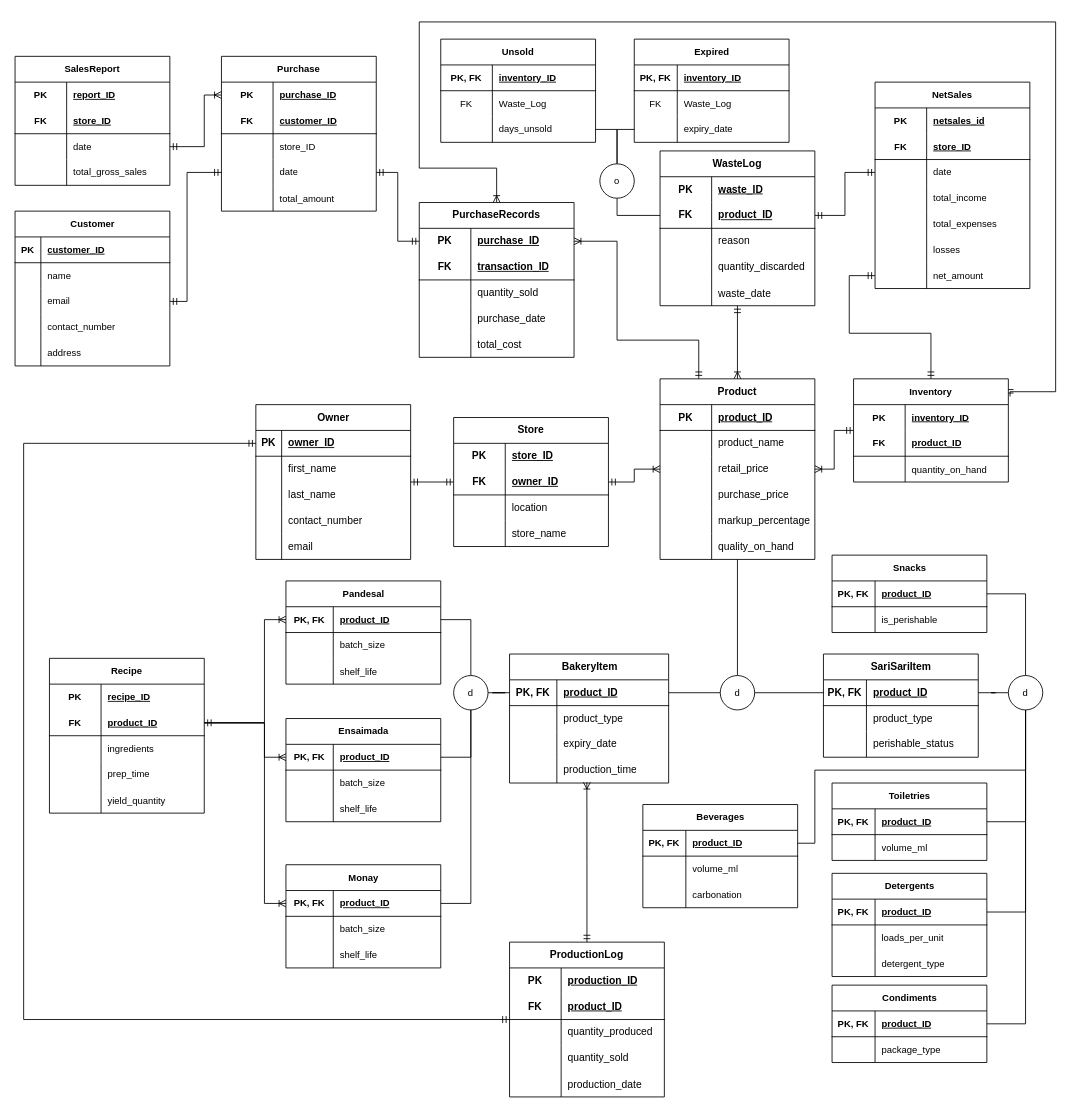
The draw.io diagram Reworked ERD.drawio in ConnedMaster/ITS131P, before the edit. Source tidied: cells renumbered, new cells numbered last; positions are measured from the earlier drawing's top-left corner, leaving out a move shared by most shapes. Both pictures are drawn from the tidied source at 86%, with x=0, y=0 at pixel (15, 22).
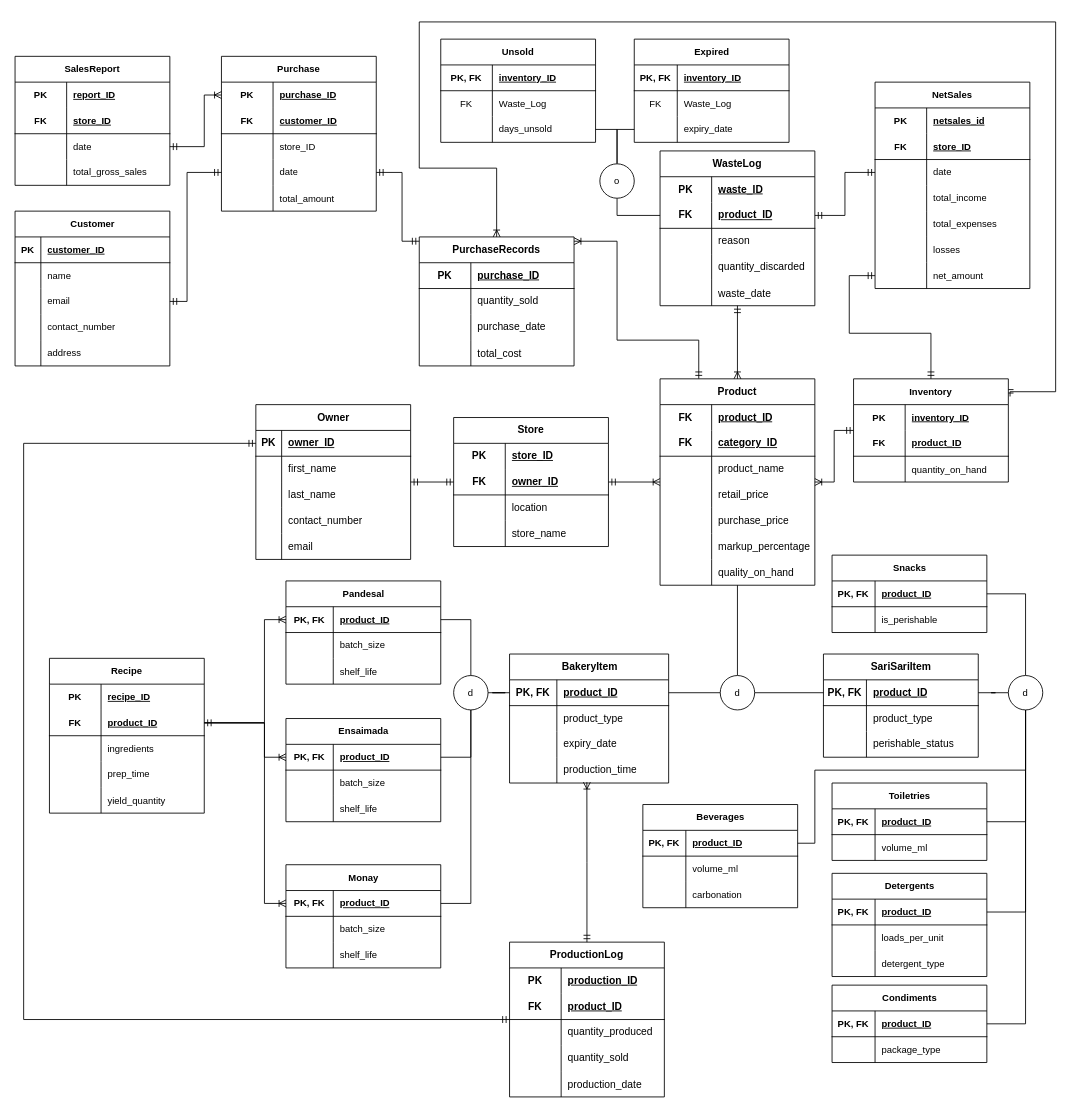
After the change.

The change refers to these unchanged cells:
```xml
<mxCell id="242" style="shape=tableRow;horizontal=0;startSize=0;swimlaneHead=0;swimlaneBody=0;fillColor=none;points=[[0,0.5],[1,0.5]];portConstraint=eastwest;top=0;left=0;right=0;bottom=0;html=1;fontFamily=Helvetica;fontSize=11;fontColor=default;labelBackgroundColor=default;" parent="232" vertex="1">
  <mxGeometry y="120" width="180" height="30" as="geometry" />
</mxCell>
```

What changed in the source:
```diff
@@
-    <mxCell id="24" style="edgeStyle=orthogonalEdgeStyle;shape=connector;rounded=0;jettySize=auto;html=1;entryX=0.25;entryY=0;entryDx=0;entryDy=0;strokeColor=default;align=center;verticalAlign=middle;fontFamily=Helvetica;fontSize=11;fontColor=default;labelBackgroundColor=default;startFill=0;endArrow=ERmandOne;startArrow=ERoneToMany;endFill=0;exitX=1;exitY=0.5;exitDx=0;exitDy=0;" parent="1" edge="1" source="100" target="35">
+    <mxCell id="24" style="edgeStyle=orthogonalEdgeStyle;shape=connector;rounded=0;jettySize=auto;html=1;entryX=0.25;entryY=0;entryDx=0;entryDy=0;strokeColor=default;align=center;verticalAlign=middle;fontFamily=Helvetica;fontSize=11;fontColor=default;labelBackgroundColor=default;startFill=0;endArrow=ERmandOne;startArrow=ERoneToMany;endFill=0;exitX=1;exitY=0.5;exitDx=0;exitDy=0;" parent="1" edge="1" target="35">
       <mxGeometry relative="1" as="geometry">
+        <mxPoint x="650" y="255" as="sourcePoint" />
         <Array as="points">
           <mxPoint x="700" y="255" />
           <mxPoint x="700" y="370" />
           <mxPoint x="795" y="370" />
         </Array>
       </mxGeometry>
     </mxCell>
@@
     <mxCell id="35" value="Product" style="shape=table;startSize=30;childLayout=tableLayout;rowLines=0;fontStyle=1;align=center;html=1;whiteSpace=wrap;" parent="1" vertex="1">
-      <mxGeometry x="750" y="415" width="180" height="210" as="geometry" />
+      <mxGeometry x="750" y="415" width="180" height="240" as="geometry" />
     </mxCell>
+    <mxCell id="341" style="shape=tableRow;horizontal=0;startSize=0;swimlaneHead=0;swimlaneBody=0;fillColor=none;top=0;left=0;right=0;bottom=0;" parent="35" vertex="1">
+      <mxGeometry y="30" width="180" height="30" as="geometry" />
+    </mxCell>
+    <mxCell id="342" value="&lt;b&gt;FK&lt;/b&gt;" style="shape=partialRectangle;fillColor=none;top=0;left=0;bottom=0;right=0;fontStyle=0;overflow=hidden;whiteSpace=wrap;html=1;" parent="341" vertex="1">
+      <mxGeometry width="60" height="30" as="geometry" />
+    </mxCell>
+    <mxCell id="343" value="&lt;b&gt;&lt;u&gt;product_ID&lt;/u&gt;&lt;/b&gt;" style="shape=partialRectangle;fillColor=none;top=0;left=0;bottom=0;right=0;align=left;spacingLeft=6;fontStyle=0;overflow=hidden;whiteSpace=wrap;html=1;" parent="341" vertex="1">
+      <mxGeometry x="60" width="120" height="30" as="geometry" />
+    </mxCell>
     <mxCell id="36" style="shape=tableRow;horizontal=0;startSize=0;swimlaneHead=0;swimlaneBody=0;fillColor=none;top=0;left=0;right=0;bottom=1;html=1;" parent="35" vertex="1">
-      <mxGeometry y="30" width="180" height="30" as="geometry" />
+      <mxGeometry y="60" width="180" height="30" as="geometry" />
     </mxCell>
-    <mxCell id="37" value="PK" style="shape=partialRectangle;fillColor=none;top=0;left=0;bottom=0;right=0;fontStyle=1;overflow=hidden;html=1;whiteSpace=wrap;" parent="36" vertex="1">
+    <mxCell id="37" value="FK" style="shape=partialRectangle;fillColor=none;top=0;left=0;bottom=0;right=0;fontStyle=1;overflow=hidden;html=1;whiteSpace=wrap;" parent="36" vertex="1">
       <mxGeometry width="60" height="30" as="geometry" />
     </mxCell>
-    <mxCell id="38" value="product_ID" style="shape=partialRectangle;fillColor=none;top=0;left=0;bottom=0;right=0;align=left;spacingLeft=6;fontStyle=5;overflow=hidden;html=1;whiteSpace=wrap;" parent="36" vertex="1">
+    <mxCell id="38" value="category_ID" style="shape=partialRectangle;fillColor=none;top=0;left=0;bottom=0;right=0;align=left;spacingLeft=6;fontStyle=5;overflow=hidden;html=1;whiteSpace=wrap;" parent="36" vertex="1">
       <mxGeometry x="60" width="120" height="30" as="geometry" />
     </mxCell>
     <mxCell id="39" style="shape=tableRow;horizontal=0;startSize=0;swimlaneHead=0;swimlaneBody=0;fillColor=none;top=0;left=0;right=0;bottom=0;html=1;" parent="35" vertex="1">
-      <mxGeometry y="60" width="180" height="30" as="geometry" />
+      <mxGeometry y="90" width="180" height="30" as="geometry" />
     </mxCell>
@@
     <mxCell id="42" style="shape=tableRow;horizontal=0;startSize=0;swimlaneHead=0;swimlaneBody=0;fillColor=none;top=0;left=0;right=0;bottom=0;html=1;" parent="35" vertex="1">
-      <mxGeometry y="90" width="180" height="30" as="geometry" />
+      <mxGeometry y="120" width="180" height="30" as="geometry" />
     </mxCell>
@@
     <mxCell id="45" style="shape=tableRow;horizontal=0;startSize=0;swimlaneHead=0;swimlaneBody=0;fillColor=none;top=0;left=0;right=0;bottom=0;html=1;" parent="35" vertex="1">
-      <mxGeometry y="120" width="180" height="30" as="geometry" />
+      <mxGeometry y="150" width="180" height="30" as="geometry" />
     </mxCell>
@@
     <mxCell id="48" style="shape=tableRow;horizontal=0;startSize=0;swimlaneHead=0;swimlaneBody=0;fillColor=none;top=0;left=0;right=0;bottom=0;html=1;" parent="35" vertex="1">
-      <mxGeometry y="150" width="180" height="30" as="geometry" />
+      <mxGeometry y="180" width="180" height="30" as="geometry" />
     </mxCell>
@@
     <mxCell id="51" style="shape=tableRow;horizontal=0;startSize=0;swimlaneHead=0;swimlaneBody=0;fillColor=none;top=0;left=0;right=0;bottom=0;" parent="35" vertex="1">
-      <mxGeometry y="180" width="180" height="30" as="geometry" />
+      <mxGeometry y="210" width="180" height="30" as="geometry" />
     </mxCell>
@@
     <mxCell id="99" value="PurchaseRecords" style="shape=table;startSize=30;childLayout=tableLayout;rowLines=0;fontStyle=1;align=center;html=1;whiteSpace=wrap;" parent="1" vertex="1">
-      <mxGeometry x="470" y="210" width="180" height="180" as="geometry" />
+      <mxGeometry x="470" y="250" width="180" height="150" as="geometry" />
     </mxCell>
-    <mxCell id="100" style="shape=tableRow;horizontal=0;startSize=0;swimlaneHead=0;swimlaneBody=0;fillColor=none;points=[[0,0.5],[1,0.5]];portConstraint=eastwest;top=0;left=0;right=0;bottom=0;html=1;" parent="99" vertex="1">
-      <mxGeometry y="30" width="180" height="30" as="geometry" />
-    </mxCell>
-    <mxCell id="101" value="PK" style="shape=partialRectangle;fillColor=none;top=0;left=0;bottom=0;right=0;fontStyle=1;overflow=hidden;html=1;whiteSpace=wrap;" parent="100" vertex="1">
-      <mxGeometry width="60" height="30" as="geometry" />
-    </mxCell>
-    <mxCell id="102" value="purchase_ID" style="shape=partialRectangle;fillColor=none;top=0;left=0;bottom=0;right=0;align=left;spacingLeft=6;fontStyle=5;overflow=hidden;html=1;whiteSpace=wrap;" parent="100" vertex="1">
-      <mxGeometry x="60" width="120" height="30" as="geometry" />
-    </mxCell>
     <mxCell id="103" style="shape=tableRow;horizontal=0;startSize=0;swimlaneHead=0;swimlaneBody=0;fillColor=none;top=0;left=0;right=0;bottom=1;html=1;" parent="99" vertex="1">
-      <mxGeometry y="60" width="180" height="30" as="geometry" />
+      <mxGeometry y="30" width="180" height="30" as="geometry" />
     </mxCell>
-    <mxCell id="104" value="FK" style="shape=partialRectangle;fillColor=none;top=0;left=0;bottom=0;right=0;fontStyle=1;overflow=hidden;html=1;whiteSpace=wrap;" parent="103" vertex="1">
+    <mxCell id="104" value="PK" style="shape=partialRectangle;fillColor=none;top=0;left=0;bottom=0;right=0;fontStyle=1;overflow=hidden;html=1;whiteSpace=wrap;" parent="103" vertex="1">
       <mxGeometry width="60" height="30" as="geometry" />
     </mxCell>
-    <mxCell id="105" value="transaction_ID" style="shape=partialRectangle;fillColor=none;top=0;left=0;bottom=0;right=0;align=left;spacingLeft=6;fontStyle=5;overflow=hidden;html=1;whiteSpace=wrap;" parent="103" vertex="1">
+    <mxCell id="105" value="purchase_ID" style="shape=partialRectangle;fillColor=none;top=0;left=0;bottom=0;right=0;align=left;spacingLeft=6;fontStyle=5;overflow=hidden;html=1;whiteSpace=wrap;" parent="103" vertex="1">
       <mxGeometry x="60" width="120" height="30" as="geometry" />
     </mxCell>
     <mxCell id="106" style="shape=tableRow;horizontal=0;startSize=0;swimlaneHead=0;swimlaneBody=0;fillColor=none;top=0;left=0;right=0;bottom=0;html=1;" parent="99" vertex="1">
-      <mxGeometry y="90" width="180" height="30" as="geometry" />
+      <mxGeometry y="60" width="180" height="30" as="geometry" />
     </mxCell>
@@
     <mxCell id="109" style="shape=tableRow;horizontal=0;startSize=0;swimlaneHead=0;swimlaneBody=0;fillColor=none;top=0;left=0;right=0;bottom=0;html=1;" parent="99" vertex="1">
-      <mxGeometry y="120" width="180" height="30" as="geometry" />
+      <mxGeometry y="90" width="180" height="30" as="geometry" />
     </mxCell>
@@
     <mxCell id="112" style="shape=tableRow;horizontal=0;startSize=0;swimlaneHead=0;swimlaneBody=0;fillColor=none;top=0;left=0;right=0;bottom=0;" parent="99" vertex="1">
-      <mxGeometry y="150" width="180" height="30" as="geometry" />
+      <mxGeometry y="120" width="180" height="30" as="geometry" />
     </mxCell>
@@
-    <mxCell id="155" style="fontSize=12;html=1;endArrow=ERmandOne;startArrow=ERmandOne;rounded=0;strokeColor=default;align=center;verticalAlign=middle;fontFamily=Helvetica;fontColor=default;labelBackgroundColor=default;entryX=1;entryY=0.5;entryDx=0;entryDy=0;exitX=0;exitY=0.5;exitDx=0;exitDy=0;edgeStyle=orthogonalEdgeStyle;" parent="1" edge="1" source="100" target="242">
-      <mxGeometry relative="1" as="geometry" />
+    <mxCell id="155" style="fontSize=12;html=1;endArrow=ERmandOne;startArrow=ERmandOne;rounded=0;strokeColor=default;align=center;verticalAlign=middle;fontFamily=Helvetica;fontColor=default;labelBackgroundColor=default;entryX=1;entryY=0.5;entryDx=0;entryDy=0;exitX=0;exitY=0.5;exitDx=0;exitDy=0;edgeStyle=orthogonalEdgeStyle;" parent="1" edge="1" target="242">
+      <mxGeometry relative="1" as="geometry">
+        <mxPoint x="470" y="255" as="sourcePoint" />
+        <Array as="points">
+          <mxPoint x="450" y="255" />
+          <mxPoint x="450" y="175" />
+        </Array>
+      </mxGeometry>
     </mxCell>
```
